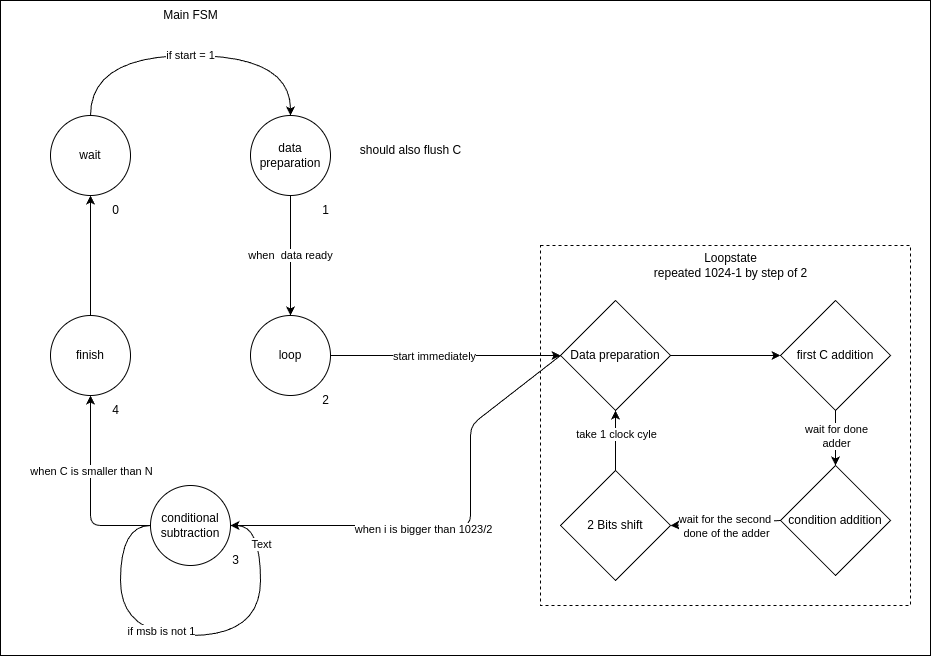
This is fsm.png from Tfloow/Montgomery, a draw.io export, as it was before one commit. Source tidied: cells renumbered, new cells last; positions are measured from the earlier drawing's top-left corner, leaving out a move shared by most shapes. Source of this version:
```xml
<mxGraphModel>
  <root>
    <mxCell id="0" />
    <mxCell id="1" parent="0" />
    <mxCell id="2" style="whiteSpace=wrap;html=1;" parent="1" vertex="1">
      <mxGeometry width="930" height="655" as="geometry" />
    </mxCell>
    <mxCell id="3" style="whiteSpace=wrap;html=1;dashed=1;" parent="1" vertex="1">
      <mxGeometry x="540" y="245" width="370" height="360" as="geometry" />
    </mxCell>
    <mxCell id="4" value="if start = 1" style="edgeStyle=orthogonalEdgeStyle;html=1;entryX=0.5;entryY=0;entryDx=0;entryDy=0;curved=1;" parent="1" edge="1" source="5" target="7">
      <mxGeometry relative="1" as="geometry">
        <Array as="points">
          <mxPoint x="90" y="55" />
          <mxPoint x="290" y="55" />
        </Array>
      </mxGeometry>
    </mxCell>
    <mxCell id="5" value="wait" style="ellipse;whiteSpace=wrap;html=1;" parent="1" vertex="1">
      <mxGeometry x="50" y="115" width="80" height="80" as="geometry" />
    </mxCell>
    <mxCell id="6" value="when&amp;nbsp; data ready" style="edgeStyle=none;html=1;entryX=0.5;entryY=0;entryDx=0;entryDy=0;" parent="1" edge="1" source="7" target="10">
      <mxGeometry relative="1" as="geometry" />
    </mxCell>
    <mxCell id="7" value="data preparation" style="ellipse;whiteSpace=wrap;html=1;" parent="1" vertex="1">
      <mxGeometry x="250" y="115" width="80" height="80" as="geometry" />
    </mxCell>
    <mxCell id="8" style="edgeStyle=none;html=1;entryX=0;entryY=0.5;entryDx=0;entryDy=0;" parent="1" edge="1" source="10" target="39">
      <mxGeometry relative="1" as="geometry" />
    </mxCell>
    <mxCell id="9" value="start immediately" style="edgeLabel;html=1;align=center;verticalAlign=middle;" parent="8" vertex="1">
      <mxGeometry x="-0.12" relative="1" as="geometry" />
    </mxCell>
    <mxCell id="10" value="loop" style="ellipse;whiteSpace=wrap;html=1;" parent="1" vertex="1">
      <mxGeometry x="250" y="315" width="80" height="80" as="geometry" />
    </mxCell>
    <mxCell id="11" style="edgeStyle=none;html=1;entryX=0.5;entryY=1;entryDx=0;entryDy=0;" parent="1" edge="1" source="16" target="18">
      <mxGeometry relative="1" as="geometry">
        <Array as="points">
          <mxPoint x="90" y="525" />
        </Array>
      </mxGeometry>
    </mxCell>
    <mxCell id="12" value="when C is smaller than N" style="edgeLabel;html=1;align=center;verticalAlign=middle;" parent="11" vertex="1">
      <mxGeometry x="0.21" relative="1" as="geometry" />
    </mxCell>
    <mxCell id="13" style="edgeStyle=orthogonalEdgeStyle;curved=1;html=1;exitX=0;exitY=0.5;exitDx=0;exitDy=0;entryX=1;entryY=0.5;entryDx=0;entryDy=0;" parent="1" edge="1" source="16" target="16">
      <mxGeometry relative="1" as="geometry">
        <Array as="points">
          <mxPoint x="120" y="525" />
          <mxPoint x="120" y="635" />
          <mxPoint x="260" y="635" />
          <mxPoint x="260" y="525" />
        </Array>
      </mxGeometry>
    </mxCell>
    <mxCell id="14" value="Text" style="edgeLabel;html=1;align=center;verticalAlign=middle;" parent="13" vertex="1">
      <mxGeometry x="0.77" relative="1" as="geometry" />
    </mxCell>
    <mxCell id="15" value="if msb is not 1" style="edgeLabel;html=1;align=center;verticalAlign=middle;" parent="13" vertex="1">
      <mxGeometry x="-0.14" y="5" relative="1" as="geometry" />
    </mxCell>
    <mxCell id="16" value="conditional subtraction" style="ellipse;whiteSpace=wrap;html=1;" parent="1" vertex="1">
      <mxGeometry x="150" y="485" width="80" height="80" as="geometry" />
    </mxCell>
    <mxCell id="17" style="edgeStyle=none;html=1;entryX=0.5;entryY=1;entryDx=0;entryDy=0;" parent="1" edge="1" source="18" target="5">
      <mxGeometry relative="1" as="geometry" />
    </mxCell>
    <mxCell id="18" value="finish" style="ellipse;whiteSpace=wrap;html=1;" parent="1" vertex="1">
      <mxGeometry x="50" y="315" width="80" height="80" as="geometry" />
    </mxCell>
    <mxCell id="19" value="Main FSM" style="text;html=1;align=center;verticalAlign=middle;strokeColor=none;fillColor=none;" parent="1" vertex="1">
      <mxGeometry x="150" width="80" height="30" as="geometry" />
    </mxCell>
    <mxCell id="20" style="edgeStyle=none;html=1;entryX=0.5;entryY=0;entryDx=0;entryDy=0;" parent="1" edge="1" source="24" target="27">
      <mxGeometry relative="1" as="geometry" />
    </mxCell>
    <mxCell id="21" value="wait for done&lt;br&gt;adder" style="edgeLabel;html=1;align=center;verticalAlign=middle;" parent="20" vertex="1">
      <mxGeometry x="0.27" y="1" relative="1" as="geometry">
        <mxPoint x="-1" y="-10" as="offset" />
      </mxGeometry>
    </mxCell>
    <mxCell id="22" style="edgeStyle=none;html=1;entryX=1;entryY=0.5;entryDx=0;entryDy=0;exitX=0;exitY=0.5;exitDx=0;exitDy=0;" parent="1" edge="1" source="39" target="16">
      <mxGeometry relative="1" as="geometry">
        <Array as="points">
          <mxPoint x="470" y="425" />
          <mxPoint x="470" y="525" />
        </Array>
      </mxGeometry>
    </mxCell>
    <mxCell id="23" value="when i is bigger than 1023/2" style="edgeLabel;html=1;align=center;verticalAlign=middle;" parent="22" vertex="1">
      <mxGeometry x="0.16" y="3" relative="1" as="geometry" />
    </mxCell>
    <mxCell id="24" value="first C addition" style="rhombus;whiteSpace=wrap;html=1;" parent="1" vertex="1">
      <mxGeometry x="780" y="300" width="110" height="110" as="geometry" />
    </mxCell>
    <mxCell id="25" style="edgeStyle=none;html=1;entryX=1;entryY=0.5;entryDx=0;entryDy=0;exitX=0;exitY=0.5;exitDx=0;exitDy=0;" parent="1" edge="1" source="27" target="30">
      <mxGeometry relative="1" as="geometry" />
    </mxCell>
    <mxCell id="26" value="wait for the second&amp;nbsp;&lt;br&gt;done of the adder" style="edgeLabel;html=1;align=center;verticalAlign=middle;" parent="25" vertex="1">
      <mxGeometry x="-0.36" y="4" relative="1" as="geometry">
        <mxPoint x="-20" y="-1" as="offset" />
      </mxGeometry>
    </mxCell>
    <mxCell id="27" value="condition addition&lt;span style=&quot;color: rgba(0, 0, 0, 0); font-family: monospace; font-size: 0px; text-align: start;&quot;&gt;%3CmxGraphModel%3E%3Croot%3E%3CmxCell%20id%3D%220%22%2F%3E%3CmxCell%20id%3D%221%22%20parent%3D%220%22%2F%3E%3CmxCell%20id%3D%222%22%20value%3D%22first%20C%20addition%22%20style%3D%22rhombus%3BwhiteSpace%3Dwrap%3Bhtml%3D1%3B%22%20vertex%3D%221%22%20parent%3D%221%22%3E%3CmxGeometry%20x%3D%22550%22%20y%3D%22290%22%20width%3D%22110%22%20height%3D%22110%22%20as%3D%22geometry%22%2F%3E%3C%2FmxCell%3E%3C%2Froot%3E%3C%2FmxGraphModel%3E&lt;/span&gt;" style="rhombus;whiteSpace=wrap;html=1;" parent="1" vertex="1">
      <mxGeometry x="780" y="465" width="110" height="110" as="geometry" />
    </mxCell>
    <mxCell id="28" style="edgeStyle=none;html=1;entryX=0.5;entryY=1;entryDx=0;entryDy=0;" parent="1" edge="1" source="30" target="39">
      <mxGeometry relative="1" as="geometry" />
    </mxCell>
    <mxCell id="29" value="take 1 clock cyle" style="edgeLabel;html=1;align=center;verticalAlign=middle;" parent="28" vertex="1">
      <mxGeometry x="0.24" relative="1" as="geometry" />
    </mxCell>
    <mxCell id="30" value="2 Bits shift" style="rhombus;whiteSpace=wrap;html=1;" parent="1" vertex="1">
      <mxGeometry x="560" y="470" width="110" height="110" as="geometry" />
    </mxCell>
    <mxCell id="31" value="Loopstate&lt;br&gt;repeated 1024-1 by step of 2" style="text;html=1;align=center;verticalAlign=middle;strokeColor=none;fillColor=none;" parent="1" vertex="1">
      <mxGeometry x="640" y="245" width="180" height="40" as="geometry" />
    </mxCell>
    <mxCell id="32" value="&lt;div style=&quot;text-align: justify;&quot;&gt;&lt;span style=&quot;background-color: initial;&quot;&gt;should also flush C&lt;/span&gt;&lt;/div&gt;" style="text;html=1;align=center;verticalAlign=middle;strokeColor=none;fillColor=none;" parent="1" vertex="1">
      <mxGeometry x="350" y="135" width="120" height="30" as="geometry" />
    </mxCell>
    <mxCell id="33" value="0" style="text;html=1;align=center;verticalAlign=middle;strokeColor=none;fillColor=none;" parent="1" vertex="1">
      <mxGeometry x="100" y="195" width="30" height="30" as="geometry" />
    </mxCell>
    <mxCell id="34" value="1" style="text;html=1;align=center;verticalAlign=middle;strokeColor=none;fillColor=none;" parent="1" vertex="1">
      <mxGeometry x="310" y="195" width="30" height="30" as="geometry" />
    </mxCell>
    <mxCell id="35" value="2" style="text;html=1;align=center;verticalAlign=middle;strokeColor=none;fillColor=none;" parent="1" vertex="1">
      <mxGeometry x="310" y="385" width="30" height="30" as="geometry" />
    </mxCell>
    <mxCell id="36" value="3" style="text;html=1;align=center;verticalAlign=middle;strokeColor=none;fillColor=none;" parent="1" vertex="1">
      <mxGeometry x="220" y="545" width="30" height="30" as="geometry" />
    </mxCell>
    <mxCell id="37" value="4" style="text;html=1;align=center;verticalAlign=middle;strokeColor=none;fillColor=none;" parent="1" vertex="1">
      <mxGeometry x="100" y="395" width="30" height="30" as="geometry" />
    </mxCell>
    <mxCell id="38" style="edgeStyle=none;html=1;entryX=0;entryY=0.5;entryDx=0;entryDy=0;" parent="1" edge="1" source="39" target="24">
      <mxGeometry relative="1" as="geometry" />
    </mxCell>
    <mxCell id="39" value="Data preparation" style="rhombus;whiteSpace=wrap;html=1;" parent="1" vertex="1">
      <mxGeometry x="560" y="300" width="110" height="110" as="geometry" />
    </mxCell>
  </root>
</mxGraphModel>
```
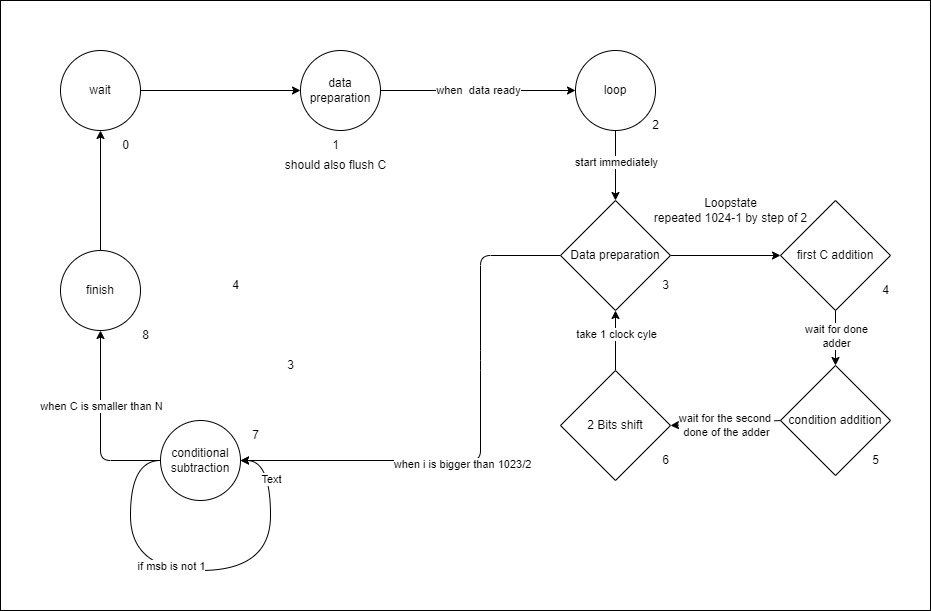
After the change.

Commit message:
Graph FSM update

Diff of the diagram source:
```diff
@@ -3,36 +3,28 @@
     <mxCell id="0" />
     <mxCell id="1" parent="0" />
     <mxCell id="2" style="whiteSpace=wrap;html=1;" parent="1" vertex="1">
-      <mxGeometry width="930" height="655" as="geometry" />
+      <mxGeometry x="-10" y="65" width="930" height="610" as="geometry" />
     </mxCell>
-    <mxCell id="3" style="whiteSpace=wrap;html=1;dashed=1;" parent="1" vertex="1">
-      <mxGeometry x="540" y="245" width="370" height="360" as="geometry" />
-    </mxCell>
-    <mxCell id="4" value="if start = 1" style="edgeStyle=orthogonalEdgeStyle;html=1;entryX=0.5;entryY=0;entryDx=0;entryDy=0;curved=1;" parent="1" edge="1" source="5" target="7">
-      <mxGeometry relative="1" as="geometry">
-        <Array as="points">
-          <mxPoint x="90" y="55" />
-          <mxPoint x="290" y="55" />
-        </Array>
-      </mxGeometry>
+    <mxCell id="4" style="edgeStyle=none;html=1;entryX=0;entryY=0.5;entryDx=0;entryDy=0;" parent="1" edge="1" source="5" target="7">
+      <mxGeometry relative="1" as="geometry" />
     </mxCell>
     <mxCell id="5" value="wait" style="ellipse;whiteSpace=wrap;html=1;" parent="1" vertex="1">
       <mxGeometry x="50" y="115" width="80" height="80" as="geometry" />
     </mxCell>
-    <mxCell id="6" value="when&amp;nbsp; data ready" style="edgeStyle=none;html=1;entryX=0.5;entryY=0;entryDx=0;entryDy=0;" parent="1" edge="1" source="7" target="10">
+    <mxCell id="6" value="when&amp;nbsp; data ready" style="edgeStyle=none;html=1;entryX=0;entryY=0.5;entryDx=0;entryDy=0;" parent="1" edge="1" source="7" target="10">
       <mxGeometry relative="1" as="geometry" />
     </mxCell>
     <mxCell id="7" value="data preparation" style="ellipse;whiteSpace=wrap;html=1;" parent="1" vertex="1">
-      <mxGeometry x="250" y="115" width="80" height="80" as="geometry" />
+      <mxGeometry x="290" y="115" width="80" height="80" as="geometry" />
     </mxCell>
-    <mxCell id="8" style="edgeStyle=none;html=1;entryX=0;entryY=0.5;entryDx=0;entryDy=0;" parent="1" edge="1" source="10" target="39">
+    <mxCell id="8" style="edgeStyle=none;html=1;entryX=0.5;entryY=0;entryDx=0;entryDy=0;" parent="1" edge="1" source="10" target="39">
       <mxGeometry relative="1" as="geometry" />
     </mxCell>
     <mxCell id="9" value="start immediately" style="edgeLabel;html=1;align=center;verticalAlign=middle;" parent="8" vertex="1">
       <mxGeometry x="-0.12" relative="1" as="geometry" />
     </mxCell>
     <mxCell id="10" value="loop" style="ellipse;whiteSpace=wrap;html=1;" parent="1" vertex="1">
-      <mxGeometry x="250" y="315" width="80" height="80" as="geometry" />
+      <mxGeometry x="565" y="115" width="80" height="80" as="geometry" />
     </mxCell>
     <mxCell id="11" style="edgeStyle=none;html=1;entryX=0.5;entryY=1;entryDx=0;entryDy=0;" parent="1" edge="1" source="16" target="18">
       <mxGeometry relative="1" as="geometry">
@@ -69,9 +61,6 @@
     <mxCell id="18" value="finish" style="ellipse;whiteSpace=wrap;html=1;" parent="1" vertex="1">
       <mxGeometry x="50" y="315" width="80" height="80" as="geometry" />
     </mxCell>
-    <mxCell id="19" value="Main FSM" style="text;html=1;align=center;verticalAlign=middle;strokeColor=none;fillColor=none;" parent="1" vertex="1">
-      <mxGeometry x="150" width="80" height="30" as="geometry" />
-    </mxCell>
     <mxCell id="20" style="edgeStyle=none;html=1;entryX=0.5;entryY=0;entryDx=0;entryDy=0;" parent="1" edge="1" source="24" target="27">
       <mxGeometry relative="1" as="geometry" />
     </mxCell>
@@ -83,6 +72,7 @@
     <mxCell id="22" style="edgeStyle=none;html=1;entryX=1;entryY=0.5;entryDx=0;entryDy=0;exitX=0;exitY=0.5;exitDx=0;exitDy=0;" parent="1" edge="1" source="39" target="16">
       <mxGeometry relative="1" as="geometry">
         <Array as="points">
+          <mxPoint x="470" y="320" />
           <mxPoint x="470" y="425" />
           <mxPoint x="470" y="525" />
         </Array>
@@ -92,7 +82,7 @@
       <mxGeometry x="0.16" y="3" relative="1" as="geometry" />
     </mxCell>
     <mxCell id="24" value="first C addition" style="rhombus;whiteSpace=wrap;html=1;" parent="1" vertex="1">
-      <mxGeometry x="780" y="300" width="110" height="110" as="geometry" />
+      <mxGeometry x="770" y="265" width="110" height="110" as="geometry" />
     </mxCell>
     <mxCell id="25" style="edgeStyle=none;html=1;entryX=1;entryY=0.5;entryDx=0;entryDy=0;exitX=0;exitY=0.5;exitDx=0;exitDy=0;" parent="1" edge="1" source="27" target="30">
       <mxGeometry relative="1" as="geometry" />
@@ -103,7 +93,7 @@
       </mxGeometry>
     </mxCell>
     <mxCell id="27" value="condition addition&lt;span style=&quot;color: rgba(0, 0, 0, 0); font-family: monospace; font-size: 0px; text-align: start;&quot;&gt;%3CmxGraphModel%3E%3Croot%3E%3CmxCell%20id%3D%220%22%2F%3E%3CmxCell%20id%3D%221%22%20parent%3D%220%22%2F%3E%3CmxCell%20id%3D%222%22%20value%3D%22first%20C%20addition%22%20style%3D%22rhombus%3BwhiteSpace%3Dwrap%3Bhtml%3D1%3B%22%20vertex%3D%221%22%20parent%3D%221%22%3E%3CmxGeometry%20x%3D%22550%22%20y%3D%22290%22%20width%3D%22110%22%20height%3D%22110%22%20as%3D%22geometry%22%2F%3E%3C%2FmxCell%3E%3C%2Froot%3E%3C%2FmxGraphModel%3E&lt;/span&gt;" style="rhombus;whiteSpace=wrap;html=1;" parent="1" vertex="1">
-      <mxGeometry x="780" y="465" width="110" height="110" as="geometry" />
+      <mxGeometry x="770" y="430" width="110" height="110" as="geometry" />
     </mxCell>
     <mxCell id="28" style="edgeStyle=none;html=1;entryX=0.5;entryY=1;entryDx=0;entryDy=0;" parent="1" edge="1" source="30" target="39">
       <mxGeometry relative="1" as="geometry" />
@@ -112,13 +102,13 @@
       <mxGeometry x="0.24" relative="1" as="geometry" />
     </mxCell>
     <mxCell id="30" value="2 Bits shift" style="rhombus;whiteSpace=wrap;html=1;" parent="1" vertex="1">
-      <mxGeometry x="560" y="470" width="110" height="110" as="geometry" />
+      <mxGeometry x="550" y="435" width="110" height="110" as="geometry" />
     </mxCell>
     <mxCell id="31" value="Loopstate&lt;br&gt;repeated 1024-1 by step of 2" style="text;html=1;align=center;verticalAlign=middle;strokeColor=none;fillColor=none;" parent="1" vertex="1">
-      <mxGeometry x="640" y="245" width="180" height="40" as="geometry" />
+      <mxGeometry x="630" y="255" width="180" height="40" as="geometry" />
     </mxCell>
     <mxCell id="32" value="&lt;div style=&quot;text-align: justify;&quot;&gt;&lt;span style=&quot;background-color: initial;&quot;&gt;should also flush C&lt;/span&gt;&lt;/div&gt;" style="text;html=1;align=center;verticalAlign=middle;strokeColor=none;fillColor=none;" parent="1" vertex="1">
-      <mxGeometry x="350" y="135" width="120" height="30" as="geometry" />
+      <mxGeometry x="265" y="215" width="120" height="30" as="geometry" />
     </mxCell>
     <mxCell id="33" value="0" style="text;html=1;align=center;verticalAlign=middle;strokeColor=none;fillColor=none;" parent="1" vertex="1">
       <mxGeometry x="100" y="195" width="30" height="30" as="geometry" />
@@ -127,19 +117,37 @@
       <mxGeometry x="310" y="195" width="30" height="30" as="geometry" />
     </mxCell>
     <mxCell id="35" value="2" style="text;html=1;align=center;verticalAlign=middle;strokeColor=none;fillColor=none;" parent="1" vertex="1">
-      <mxGeometry x="310" y="385" width="30" height="30" as="geometry" />
+      <mxGeometry x="630" y="175" width="30" height="30" as="geometry" />
     </mxCell>
     <mxCell id="36" value="3" style="text;html=1;align=center;verticalAlign=middle;strokeColor=none;fillColor=none;" parent="1" vertex="1">
-      <mxGeometry x="220" y="545" width="30" height="30" as="geometry" />
+      <mxGeometry x="265" y="415" width="30" height="30" as="geometry" />
     </mxCell>
     <mxCell id="37" value="4" style="text;html=1;align=center;verticalAlign=middle;strokeColor=none;fillColor=none;" parent="1" vertex="1">
-      <mxGeometry x="100" y="395" width="30" height="30" as="geometry" />
+      <mxGeometry x="210" y="335" width="30" height="30" as="geometry" />
     </mxCell>
     <mxCell id="38" style="edgeStyle=none;html=1;entryX=0;entryY=0.5;entryDx=0;entryDy=0;" parent="1" edge="1" source="39" target="24">
       <mxGeometry relative="1" as="geometry" />
     </mxCell>
     <mxCell id="39" value="Data preparation" style="rhombus;whiteSpace=wrap;html=1;" parent="1" vertex="1">
-      <mxGeometry x="560" y="300" width="110" height="110" as="geometry" />
+      <mxGeometry x="550" y="265" width="110" height="110" as="geometry" />
     </mxCell>
+    <mxCell id="40" value="3" style="text;html=1;align=center;verticalAlign=middle;strokeColor=none;fillColor=none;" parent="1" vertex="1">
+      <mxGeometry x="640" y="335" width="30" height="30" as="geometry" />
+    </mxCell>
+    <mxCell id="41" value="4" style="text;html=1;align=center;verticalAlign=middle;strokeColor=none;fillColor=none;" parent="1" vertex="1">
+      <mxGeometry x="860" y="340" width="30" height="30" as="geometry" />
+    </mxCell>
+    <mxCell id="42" value="5" style="text;html=1;align=center;verticalAlign=middle;strokeColor=none;fillColor=none;" parent="1" vertex="1">
+      <mxGeometry x="850" y="510" width="30" height="30" as="geometry" />
+    </mxCell>
+    <mxCell id="43" value="6" style="text;html=1;align=center;verticalAlign=middle;strokeColor=none;fillColor=none;" parent="1" vertex="1">
+      <mxGeometry x="640" y="510" width="30" height="30" as="geometry" />
+    </mxCell>
+    <mxCell id="44" value="7" style="text;html=1;align=center;verticalAlign=middle;strokeColor=none;fillColor=none;" parent="1" vertex="1">
+      <mxGeometry x="230" y="485" width="30" height="30" as="geometry" />
+    </mxCell>
+    <mxCell id="45" value="8" style="text;html=1;align=center;verticalAlign=middle;strokeColor=none;fillColor=none;" parent="1" vertex="1">
+      <mxGeometry x="120" y="385" width="30" height="30" as="geometry" />
+    </mxCell>
   </root>
 </mxGraphModel>
```
